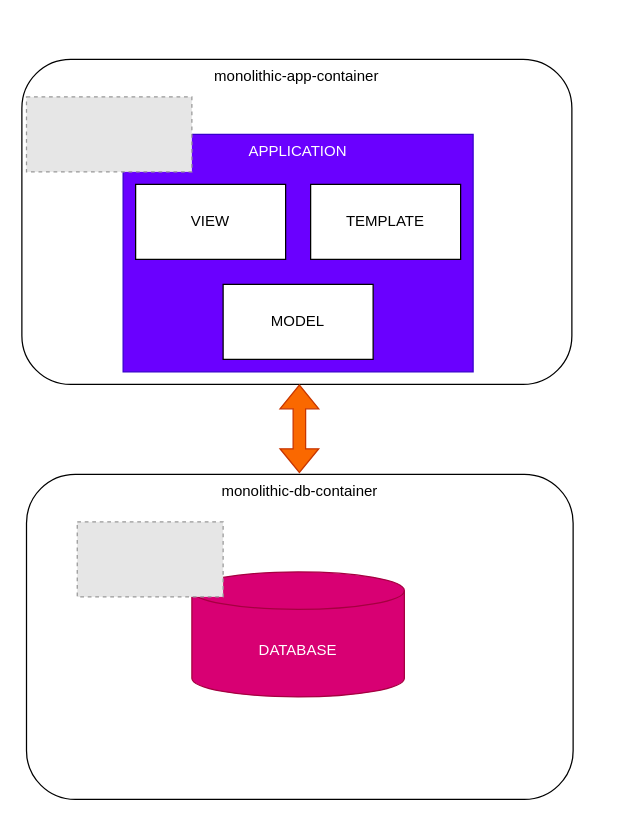
Earlier version of the draw.io diagram docs/monolito_02.drawio (elprofecarreno/software_architecture_patterns). Source tidied: cells renumbered, new cells numbered last; positions are measured from the earlier drawing's top-left corner, leaving out a move shared by most shapes. Both pictures are drawn from the tidied source at 125%, with x=0, y=0 at pixel (21, 59). Pictures stored in the file or linked from it are replaced by grey dashed boxes.
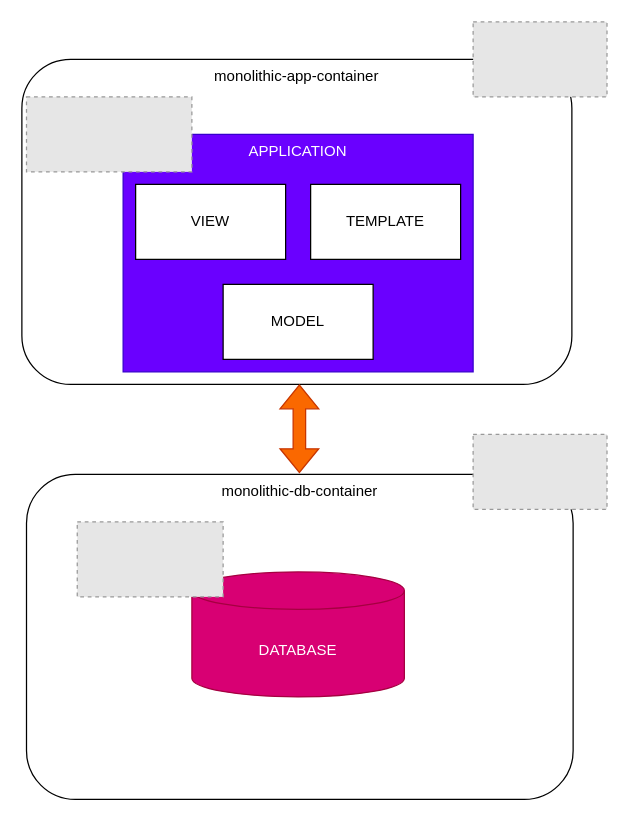
The same diagram, later.

Change to the diagram source:
```diff
@@
 <mxGraphModel>
   <root>
     <mxCell id="0" />
     <mxCell id="1" parent="0" />
     <mxCell id="2" value="monolithic-db-container" style="rounded=1;whiteSpace=wrap;html=1;verticalAlign=top;" parent="1" vertex="1">
       <mxGeometry x="3.7" y="332" width="437.3" height="260" as="geometry" />
     </mxCell>
     <mxCell id="3" value="monolithic-app-container" style="rounded=1;whiteSpace=wrap;html=1;verticalAlign=top;" parent="1" vertex="1">
       <mxGeometry width="440" height="260" as="geometry" />
     </mxCell>
     <mxCell id="4" value="DATABASE" style="shape=cylinder3;whiteSpace=wrap;html=1;boundedLbl=1;backgroundOutline=1;size=15;fillColor=#d80073;fontColor=#ffffff;strokeColor=#A50040;" parent="1" vertex="1">
       <mxGeometry x="136" y="410" width="170" height="100" as="geometry" />
     </mxCell>
     <mxCell id="5" value="APPLICATION" style="rounded=0;whiteSpace=wrap;html=1;horizontal=1;verticalAlign=top;fillColor=#6a00ff;fontColor=#ffffff;strokeColor=#3700CC;" parent="1" vertex="1">
       <mxGeometry x="81" y="60" width="280" height="190" as="geometry" />
     </mxCell>
     <mxCell id="6" value="VIEW" style="rounded=0;whiteSpace=wrap;html=1;" parent="1" vertex="1">
       <mxGeometry x="91" y="100" width="120" height="60" as="geometry" />
     </mxCell>
     <mxCell id="7" value="TEMPLATE" style="rounded=0;whiteSpace=wrap;html=1;" parent="1" vertex="1">
       <mxGeometry x="231" y="100" width="120" height="60" as="geometry" />
     </mxCell>
     <mxCell id="8" value="MODEL" style="rounded=0;whiteSpace=wrap;html=1;" parent="1" vertex="1">
       <mxGeometry x="161" y="180" width="120" height="60" as="geometry" />
     </mxCell>
     <mxCell id="9" style="shape=flexArrow;endArrow=classic;startArrow=classic;html=1;rounded=0;fillColor=#fa6800;strokeColor=#C73500;" parent="1" edge="1">
       <mxGeometry relative="1" as="geometry">
         <mxPoint x="222" y="331" as="sourcePoint" />
         <mxPoint x="222" y="260" as="targetPoint" />
       </mxGeometry>
     </mxCell>
     <mxCell id="10" style="fillColor=#E6E6E6;strokeColor=#999999;dashed=1;verticalLabelPosition=bottom;labelBackgroundColor=default;verticalAlign=top;" parent="1" vertex="1">
       <mxGeometry x="3.7" y="30" width="132.3" height="60" as="geometry" />
     </mxCell>
     <mxCell id="11" style="fillColor=#E6E6E6;strokeColor=#999999;dashed=1;verticalLabelPosition=bottom;labelBackgroundColor=default;verticalAlign=top;" parent="1" vertex="1">
       <mxGeometry x="44.3" y="370" width="116.7" height="60" as="geometry" />
     </mxCell>
+    <mxCell id="12" style="fillColor=#E6E6E6;strokeColor=#999999;dashed=1;verticalLabelPosition=bottom;labelBackgroundColor=default;verticalAlign=top;" parent="1" vertex="1">
+      <mxGeometry x="361" y="-30" width="107.1" height="60" as="geometry" />
+    </mxCell>
+    <mxCell id="13" style="fillColor=#E6E6E6;strokeColor=#999999;dashed=1;verticalLabelPosition=bottom;labelBackgroundColor=default;verticalAlign=top;" parent="1" vertex="1">
+      <mxGeometry x="361" y="300" width="107.1" height="60" as="geometry" />
+    </mxCell>
   </root>
 </mxGraphModel>
```
